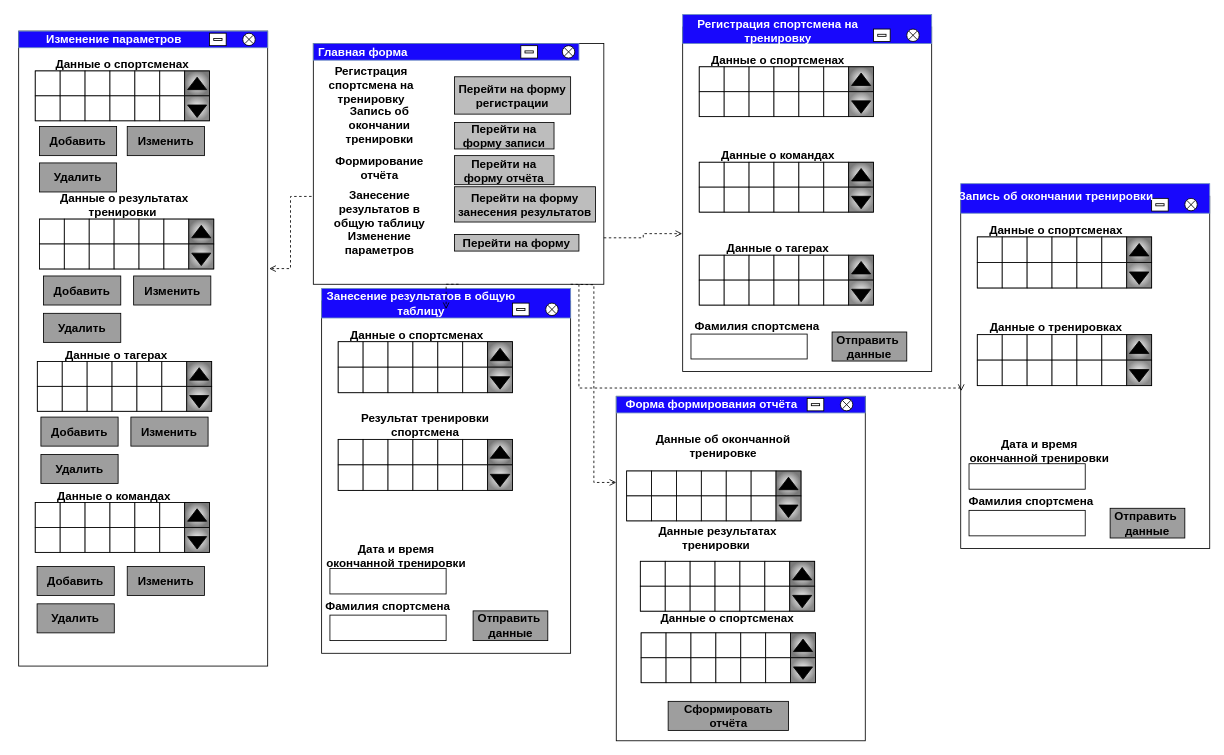
The draw.io diagram Решения/Часть 2. Схемы/Cхема форм взаимодействия.drawio in VentoAureo12/Projecting-n-Design, before the edit. Source tidied: cells renumbered, new cells numbered last; positions are measured from the earlier drawing's top-left corner, leaving out a move shared by most shapes. Both pictures are drawn from the tidied source at 83%, with x=0, y=0 at pixel (14, 14).
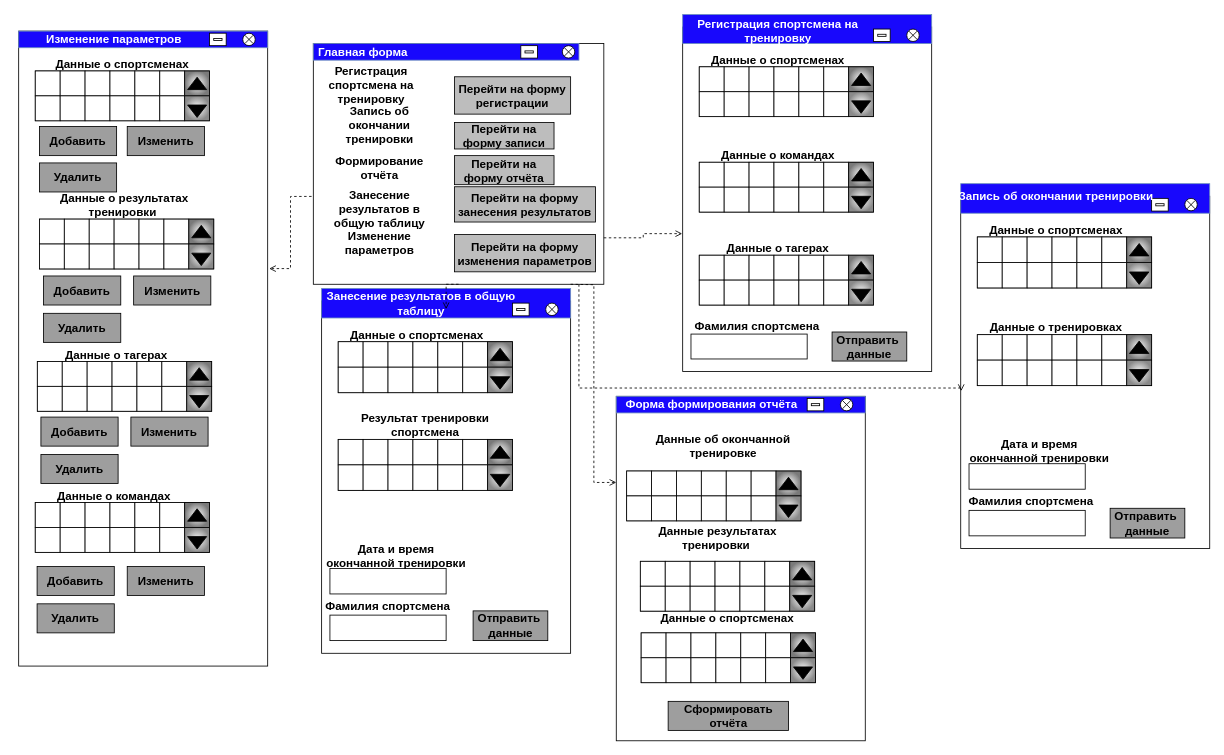
After the change.

Unchanged cells that the change refers to:
```xml
<mxCell id="2" style="group;fillColor=default;fontSize=14;fontStyle=1;" parent="1" vertex="1">
  <mxGeometry x="350" y="30" width="360" height="295" as="geometry" />
</mxCell>
```

The edit, as a diff of the source:
```diff
@@
-    <mxCell id="10" value="Перейти на форму" style="rounded=0;whiteSpace=wrap;html=1;fillColor=#BDBDBD;fontSize=14;fontStyle=1;" parent="2" vertex="1">
-      <mxGeometry x="180" y="235" width="150" height="20" as="geometry" />
+    <mxCell id="10" value="Перейти на форму изменения параметров" style="rounded=0;whiteSpace=wrap;html=1;fillColor=#BDBDBD;fontSize=14;fontStyle=1;" parent="2" vertex="1">
+      <mxGeometry x="180" y="235" width="170" height="45" as="geometry" />
     </mxCell>
```
